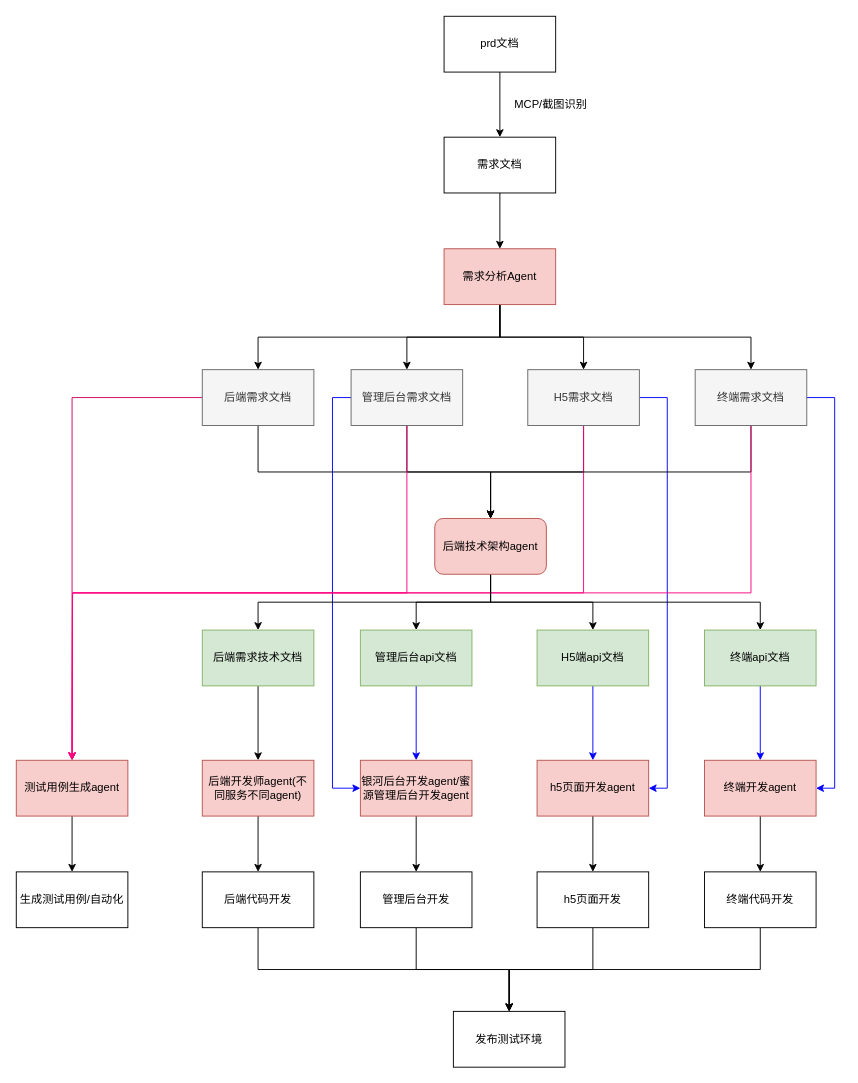
The draw.io diagram miyuan/ai研发流程.drawio in smallleaf/draw.io, before the edit. Source tidied: cells renumbered, new cells numbered last; positions are measured from the earlier drawing's top-left corner, leaving out a move shared by most shapes. Both pictures are drawn from the tidied source at 93%, with x=0, y=0 at pixel (16, 16).
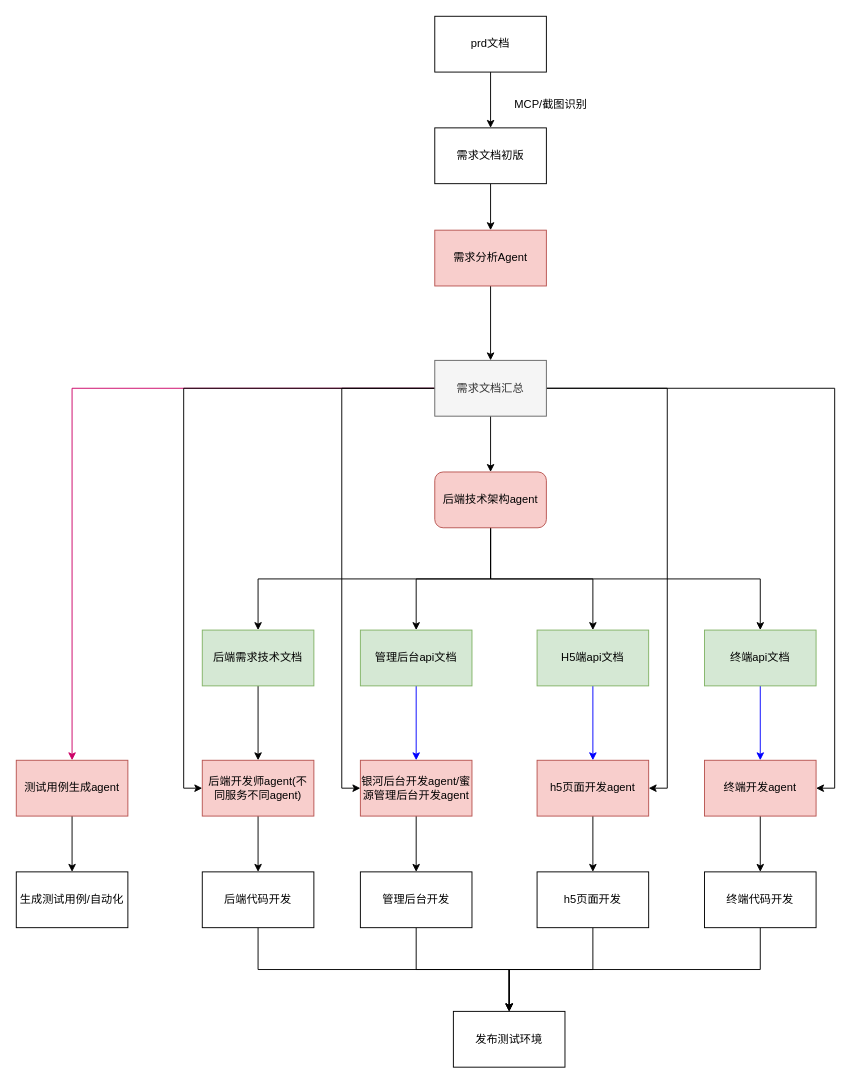
The same diagram, later.

Commit message:
更新ai研发流程.drawio

The change refers to these unchanged cells:
```xml
<mxCell id="41" value="后端开发师agent(不同服务不同agent)" style="rounded=0;whiteSpace=wrap;html=1;fillColor=#f8cecc;strokeColor=#b85450;" parent="1" vertex="1">
  <mxGeometry x="200" y="800" width="120" height="60" as="geometry" />
</mxCell>
<mxCell id="45" value="银河后台开发agent/蜜源管理后台开发agent" style="rounded=0;whiteSpace=wrap;html=1;fillColor=#f8cecc;strokeColor=#b85450;" parent="1" vertex="1">
  <mxGeometry x="370" y="800" width="120" height="60" as="geometry" />
</mxCell>
<mxCell id="50" value="h5页面开发agent" style="rounded=0;whiteSpace=wrap;html=1;fillColor=#f8cecc;strokeColor=#b85450;" parent="1" vertex="1">
  <mxGeometry x="560" y="800" width="120" height="60" as="geometry" />
</mxCell>
<mxCell id="56" value="终端开发agent" style="rounded=0;whiteSpace=wrap;html=1;fillColor=#f8cecc;strokeColor=#b85450;" parent="1" vertex="1">
  <mxGeometry x="740" y="800" width="120" height="60" as="geometry" />
</mxCell>
```

What changed in the source:
```diff
@@
     <mxCell id="3" value="prd文档" style="rounded=0;whiteSpace=wrap;html=1;" parent="1" vertex="1">
-      <mxGeometry x="460" width="120" height="60" as="geometry" />
+      <mxGeometry x="450" width="120" height="60" as="geometry" />
     </mxCell>
@@
-    <mxCell id="5" value="需求文档" style="rounded=0;whiteSpace=wrap;html=1;" parent="1" vertex="1">
-      <mxGeometry x="460" y="130" width="120" height="60" as="geometry" />
+    <mxCell id="5" value="需求文档初版" style="rounded=0;whiteSpace=wrap;html=1;" parent="1" vertex="1">
+      <mxGeometry x="450" y="120" width="120" height="60" as="geometry" />
     </mxCell>
@@
+    <mxCell id="60" style="edgeStyle=orthogonalEdgeStyle;rounded=0;jettySize=auto;html=1;exitX=0;exitY=0.5;exitDx=0;exitDy=0;entryX=0;entryY=0.5;entryDx=0;entryDy=0;" parent="1" edge="1" source="9" target="41">
+      <mxGeometry relative="1" as="geometry" />
+    </mxCell>
+    <mxCell id="61" style="edgeStyle=orthogonalEdgeStyle;rounded=0;jettySize=auto;html=1;exitX=0;exitY=0.5;exitDx=0;exitDy=0;entryX=0;entryY=0.5;entryDx=0;entryDy=0;" parent="1" edge="1" source="9" target="45">
+      <mxGeometry relative="1" as="geometry" />
+    </mxCell>
+    <mxCell id="62" style="edgeStyle=orthogonalEdgeStyle;rounded=0;jettySize=auto;html=1;exitX=1;exitY=0.5;exitDx=0;exitDy=0;entryX=1;entryY=0.5;entryDx=0;entryDy=0;" parent="1" edge="1" source="9" target="50">
+      <mxGeometry relative="1" as="geometry" />
+    </mxCell>
+    <mxCell id="63" style="edgeStyle=orthogonalEdgeStyle;rounded=0;jettySize=auto;html=1;exitX=1;exitY=0.5;exitDx=0;exitDy=0;entryX=1;entryY=0.5;entryDx=0;entryDy=0;" parent="1" edge="1" source="9" target="56">
+      <mxGeometry relative="1" as="geometry" />
+    </mxCell>
-    <mxCell id="9" value="后端需求文档" style="rounded=0;whiteSpace=wrap;html=1;fillColor=#f5f5f5;fontColor=#333333;strokeColor=#666666;" parent="1" vertex="1">
-      <mxGeometry x="200" y="380" width="120" height="60" as="geometry" />
+    <mxCell id="9" value="需求文档汇总" style="rounded=0;whiteSpace=wrap;html=1;fillColor=#f5f5f5;fontColor=#333333;strokeColor=#666666;" parent="1" vertex="1">
+      <mxGeometry x="450" y="370" width="120" height="60" as="geometry" />
     </mxCell>
-    <mxCell id="10" style="edgeStyle=orthogonalEdgeStyle;rounded=0;jettySize=auto;html=1;exitX=0.5;exitY=1;exitDx=0;exitDy=0;entryX=0.5;entryY=0;entryDx=0;entryDy=0;" parent="1" edge="1" source="13" target="31">
-      <mxGeometry relative="1" as="geometry" />
-    </mxCell>
-    <mxCell id="11" style="edgeStyle=orthogonalEdgeStyle;rounded=0;jettySize=auto;html=1;exitX=0;exitY=0.5;exitDx=0;exitDy=0;entryX=0;entryY=0.5;entryDx=0;entryDy=0;strokeColor=#0000FF;" parent="1" edge="1" source="13" target="45">
-      <mxGeometry relative="1" as="geometry" />
-    </mxCell>
-    <mxCell id="12" style="edgeStyle=orthogonalEdgeStyle;rounded=0;jettySize=auto;html=1;exitX=0.5;exitY=1;exitDx=0;exitDy=0;strokeColor=#FF0080;" parent="1" edge="1" source="13">
-      <mxGeometry relative="1" as="geometry">
-        <mxPoint x="60" y="800" as="targetPoint" />
-      </mxGeometry>
-    </mxCell>
-    <mxCell id="13" value="管理后台需求文档" style="rounded=0;whiteSpace=wrap;html=1;fillColor=#f5f5f5;fontColor=#333333;strokeColor=#666666;" parent="1" vertex="1">
-      <mxGeometry x="360" y="380" width="120" height="60" as="geometry" />
-    </mxCell>
-    <mxCell id="14" style="edgeStyle=orthogonalEdgeStyle;rounded=0;jettySize=auto;html=1;exitX=0.5;exitY=1;exitDx=0;exitDy=0;entryX=0.5;entryY=0;entryDx=0;entryDy=0;" parent="1" edge="1" source="17" target="31">
-      <mxGeometry relative="1" as="geometry" />
-    </mxCell>
-    <mxCell id="15" style="edgeStyle=orthogonalEdgeStyle;rounded=0;jettySize=auto;html=1;exitX=1;exitY=0.5;exitDx=0;exitDy=0;entryX=1;entryY=0.5;entryDx=0;entryDy=0;strokeColor=#0000FF;" parent="1" edge="1" source="17" target="50">
-      <mxGeometry relative="1" as="geometry" />
-    </mxCell>
-    <mxCell id="16" style="edgeStyle=orthogonalEdgeStyle;rounded=0;jettySize=auto;html=1;exitX=0.5;exitY=1;exitDx=0;exitDy=0;strokeColor=#FF0080;" parent="1" edge="1" source="17">
-      <mxGeometry relative="1" as="geometry">
-        <mxPoint x="60" y="800" as="targetPoint" />
-      </mxGeometry>
-    </mxCell>
-    <mxCell id="17" value="H5需求文档" style="rounded=0;whiteSpace=wrap;html=1;fillColor=#f5f5f5;fontColor=#333333;strokeColor=#666666;" parent="1" vertex="1">
-      <mxGeometry x="550" y="380" width="120" height="60" as="geometry" />
-    </mxCell>
-    <mxCell id="18" style="edgeStyle=orthogonalEdgeStyle;rounded=0;jettySize=auto;html=1;exitX=0.5;exitY=1;exitDx=0;exitDy=0;entryX=0.5;entryY=0;entryDx=0;entryDy=0;" parent="1" edge="1" source="21" target="31">
-      <mxGeometry relative="1" as="geometry" />
-    </mxCell>
-    <mxCell id="19" style="edgeStyle=orthogonalEdgeStyle;rounded=0;jettySize=auto;html=1;exitX=1;exitY=0.5;exitDx=0;exitDy=0;entryX=1;entryY=0.5;entryDx=0;entryDy=0;strokeColor=#0000FF;" parent="1" edge="1" source="21" target="56">
-      <mxGeometry relative="1" as="geometry" />
-    </mxCell>
-    <mxCell id="20" style="edgeStyle=orthogonalEdgeStyle;rounded=0;jettySize=auto;html=1;exitX=0.5;exitY=1;exitDx=0;exitDy=0;strokeColor=#FF0080;" parent="1" edge="1" source="21">
-      <mxGeometry relative="1" as="geometry">
-        <mxPoint x="60" y="800" as="targetPoint" />
-      </mxGeometry>
-    </mxCell>
-    <mxCell id="21" value="终端需求文档" style="rounded=0;whiteSpace=wrap;html=1;fillColor=#f5f5f5;fontColor=#333333;strokeColor=#666666;" parent="1" vertex="1">
-      <mxGeometry x="730" y="380" width="120" height="60" as="geometry" />
-    </mxCell>
@@
-    <mxCell id="23" style="edgeStyle=orthogonalEdgeStyle;rounded=0;jettySize=auto;html=1;exitX=0.5;exitY=1;exitDx=0;exitDy=0;entryX=0.5;entryY=0;entryDx=0;entryDy=0;" parent="1" edge="1" source="26" target="13">
-      <mxGeometry relative="1" as="geometry" />
-    </mxCell>
-    <mxCell id="24" style="edgeStyle=orthogonalEdgeStyle;rounded=0;jettySize=auto;html=1;exitX=0.5;exitY=1;exitDx=0;exitDy=0;entryX=0.5;entryY=0;entryDx=0;entryDy=0;" parent="1" edge="1" source="26" target="17">
-      <mxGeometry relative="1" as="geometry" />
-    </mxCell>
-    <mxCell id="25" style="edgeStyle=orthogonalEdgeStyle;rounded=0;jettySize=auto;html=1;exitX=0.5;exitY=1;exitDx=0;exitDy=0;entryX=0.5;entryY=0;entryDx=0;entryDy=0;" parent="1" edge="1" source="26" target="21">
-      <mxGeometry relative="1" as="geometry" />
-    </mxCell>
     <mxCell id="26" value="需求分析Agent" style="rounded=0;whiteSpace=wrap;html=1;fillColor=#f8cecc;strokeColor=#b85450;" parent="1" vertex="1">
-      <mxGeometry x="460" y="250" width="120" height="60" as="geometry" />
+      <mxGeometry x="450" y="230" width="120" height="60" as="geometry" />
     </mxCell>
@@
     <mxCell id="31" value="后端技术架构agent" style="rounded=1;whiteSpace=wrap;html=1;fillColor=#f8cecc;strokeColor=#b85450;" parent="1" vertex="1">
-      <mxGeometry x="450" y="540" width="120" height="60" as="geometry" />
+      <mxGeometry x="450" y="490" width="120" height="60" as="geometry" />
     </mxCell>
```
